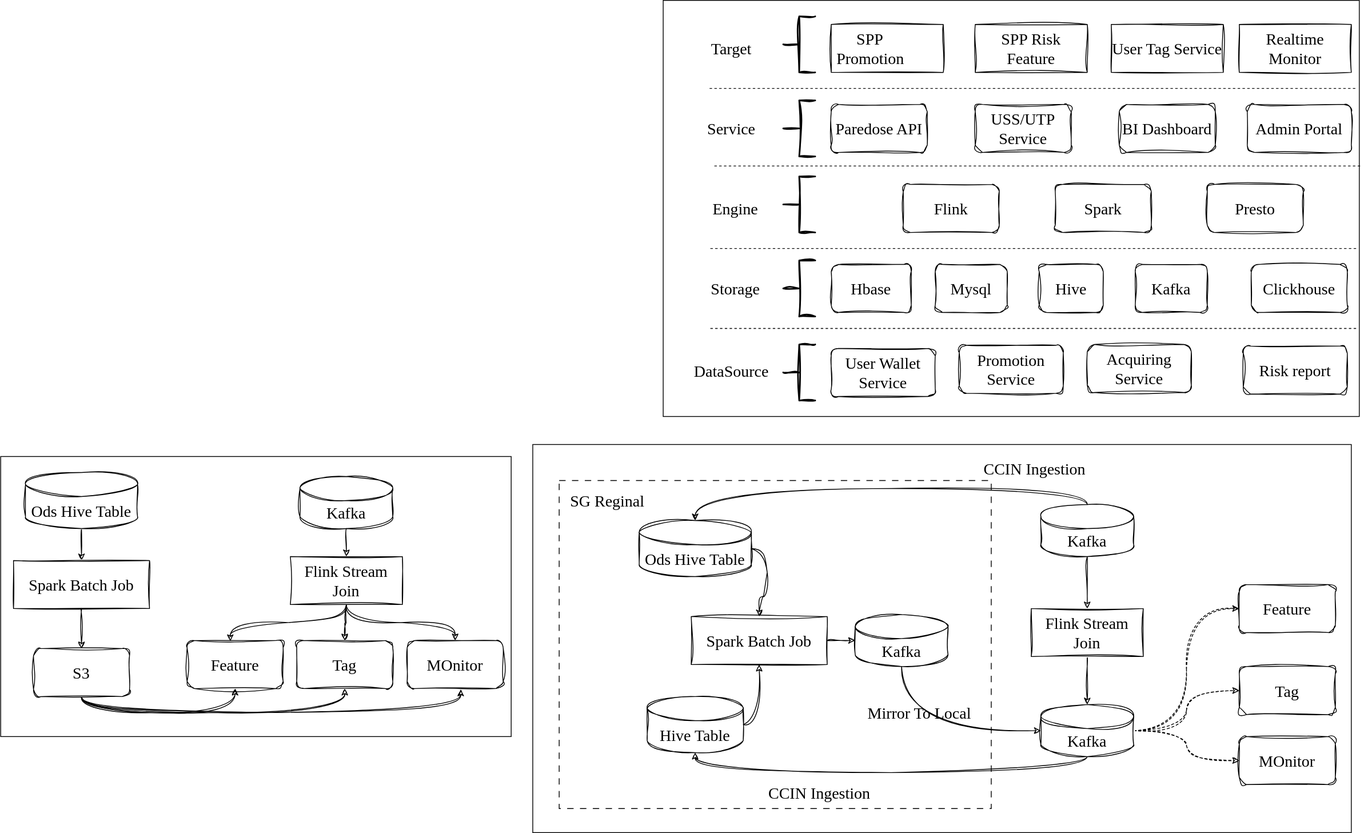
LadyTao/flink-learning keeps this draw.io diagram as 答辩准备1.drawio.svg. Above is the earlier version. Source tidied: cells renumbered, new cells last; positions are measured from the earlier drawing's top-left corner, leaving out a move shared by most shapes.
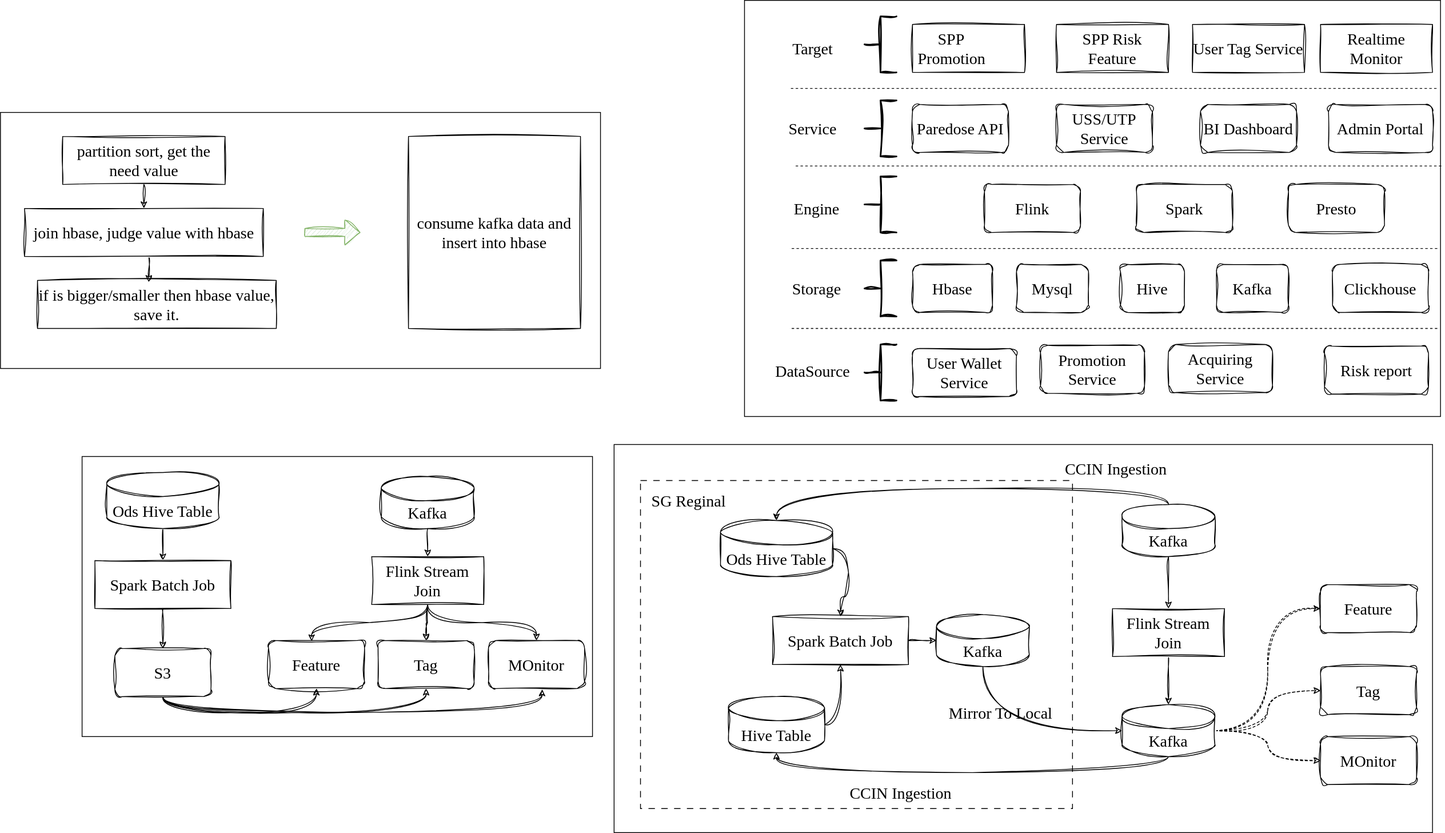
Later version of the same file.

Commit message:
更新答辩准备1.drawio.svg

The edit, as a diff of the source:
```diff
@@ -2,6 +2,9 @@
   <root>
     <mxCell id="0" />
     <mxCell id="1" parent="0" />
+    <mxCell id="87" style="rounded=0;whiteSpace=wrap;html=1;hachureGap=4;fontFamily=Architects Daughter;fontSource=https%3A%2F%2Ffonts.googleapis.com%2Fcss%3Ffamily%3DArchitects%2BDaughter;fontSize=20;" parent="1" vertex="1">
+      <mxGeometry x="-102" y="140" width="750" height="320" as="geometry" />
+    </mxCell>
     <mxCell id="2" style="rounded=0;whiteSpace=wrap;html=1;hachureGap=4;fontFamily=Architects Daughter;fontSource=https%3A%2F%2Ffonts.googleapis.com%2Fcss%3Ffamily%3DArchitects%2BDaughter;fontSize=20;" parent="1" vertex="1">
       <mxGeometry x="665" y="555" width="1023" height="485" as="geometry" />
     </mxCell>
@@ -269,5 +272,29 @@
         <mxPoint x="1697" y="310" as="targetPoint" />
       </mxGeometry>
     </mxCell>
+    <mxCell id="88" style="edgeStyle=orthogonalEdgeStyle;rounded=0;sketch=1;hachureGap=4;jiggle=2;curveFitting=1;jettySize=auto;html=1;exitX=0.5;exitY=1;exitDx=0;exitDy=0;entryX=0.5;entryY=0;entryDx=0;entryDy=0;fontFamily=Architects Daughter;fontSource=https%3A%2F%2Ffonts.googleapis.com%2Fcss%3Ffamily%3DArchitects%2BDaughter;fontSize=16;" parent="1" edge="1" source="89" target="91">
+      <mxGeometry relative="1" as="geometry" />
+    </mxCell>
+    <mxCell id="89" value="&lt;font face=&quot;Tahoma&quot;&gt;partition sort, get the need value&lt;/font&gt;" style="rounded=0;whiteSpace=wrap;html=1;sketch=1;hachureGap=4;jiggle=2;curveFitting=1;fontFamily=Architects Daughter;fontSource=https%3A%2F%2Ffonts.googleapis.com%2Fcss%3Ffamily%3DArchitects%2BDaughter;fontSize=20;" parent="1" vertex="1">
+      <mxGeometry x="-24.2" y="170" width="203" height="60" as="geometry" />
+    </mxCell>
+    <mxCell id="90" style="edgeStyle=orthogonalEdgeStyle;rounded=0;sketch=1;hachureGap=4;jiggle=2;curveFitting=1;jettySize=auto;html=1;exitX=0.5;exitY=1;exitDx=0;exitDy=0;entryX=0.466;entryY=0.033;entryDx=0;entryDy=0;entryPerimeter=0;fontFamily=Architects Daughter;fontSource=https%3A%2F%2Ffonts.googleapis.com%2Fcss%3Ffamily%3DArchitects%2BDaughter;fontSize=16;" parent="1" edge="1" source="91" target="92">
+      <mxGeometry relative="1" as="geometry" />
+    </mxCell>
+    <mxCell id="91" value="&lt;font face=&quot;Tahoma&quot;&gt;join hbase, judge value with hbase&lt;/font&gt;" style="rounded=0;whiteSpace=wrap;html=1;sketch=1;hachureGap=4;jiggle=2;curveFitting=1;fontFamily=Architects Daughter;fontSource=https%3A%2F%2Ffonts.googleapis.com%2Fcss%3Ffamily%3DArchitects%2BDaughter;fontSize=20;" parent="1" vertex="1">
+      <mxGeometry x="-72" y="260" width="298.5" height="60" as="geometry" />
+    </mxCell>
+    <mxCell id="92" value="&lt;font face=&quot;Tahoma&quot;&gt;if is bigger/smaller then hbase value, save it.&lt;/font&gt;" style="rounded=0;whiteSpace=wrap;html=1;sketch=1;hachureGap=4;jiggle=2;curveFitting=1;fontFamily=Architects Daughter;fontSource=https%3A%2F%2Ffonts.googleapis.com%2Fcss%3Ffamily%3DArchitects%2BDaughter;fontSize=20;" parent="1" vertex="1">
+      <mxGeometry x="-55.8" y="350" width="298.5" height="60" as="geometry" />
+    </mxCell>
+    <mxCell id="93" value="&lt;font face=&quot;Tahoma&quot;&gt;consume kafka data and insert into hbase&lt;/font&gt;" style="rounded=0;whiteSpace=wrap;html=1;sketch=1;hachureGap=4;jiggle=2;curveFitting=1;fontFamily=Architects Daughter;fontSource=https%3A%2F%2Ffonts.googleapis.com%2Fcss%3Ffamily%3DArchitects%2BDaughter;fontSize=20;" parent="1" vertex="1">
+      <mxGeometry x="408" y="170" width="215" height="240" as="geometry" />
+    </mxCell>
+    <mxCell id="94" style="shape=flexArrow;endArrow=classic;html=1;rounded=0;sketch=1;hachureGap=4;jiggle=2;curveFitting=1;fontFamily=Architects Daughter;fontSource=https%3A%2F%2Ffonts.googleapis.com%2Fcss%3Ffamily%3DArchitects%2BDaughter;fontSize=16;fillColor=#d5e8d4;strokeColor=#82b366;" parent="1" edge="1">
+      <mxGeometry relative="1" as="geometry">
+        <mxPoint x="278" y="290" as="sourcePoint" />
+        <mxPoint x="348" y="290" as="targetPoint" />
+      </mxGeometry>
+    </mxCell>
   </root>
 </mxGraphModel>
```
